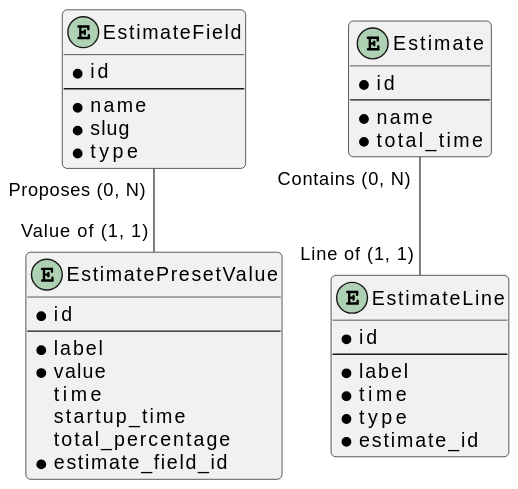
Before: docs/diagramme/diagramme-min-max.svg, a diagram exported from PlantUML (GaelleBriet/Laravel-Vue.js-2).
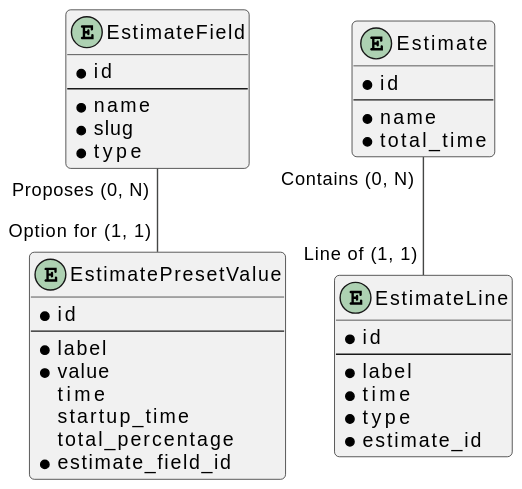
After the commit.

The edit, as a diff of the source:
```diff
@@ -37,5 +37,5 @@
 }
 
 Estimate "Contains (0, N)" -- "Line of (1, 1)" EstimateLine
-EstimateField "Proposes (0, N)" -- "Value of (1, 1)" EstimatePresetValue
+EstimateField "Proposes (0, N)" -- "Option for (1, 1)" EstimatePresetValue
 @enduml
```
